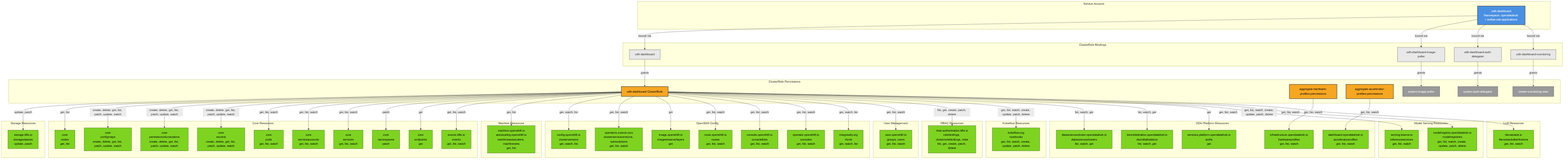
The Mermaid diagram architecture/rhoai-2.25/diagrams/odh-dashboard-rbac.png in rhuss/architecture-context, before a commit. Its source is kept beside it as architecture/rhoai-2.25/diagrams/odh-dashboard-rbac.mmd. Its diagram source:
```mermaid
graph TD
    subgraph "Service Account"
        SA[odh-dashboard<br/>Namespace: opendatahub / redhat-ods-applications]
    end

    subgraph "ClusterRole Bindings"
        CRB1[odh-dashboard]
        CRB2[odh-dashboard-image-puller]
        CRB3[odh-dashboard-auth-delegator]
        CRB4[odh-dashboard-monitoring]
    end

    subgraph "ClusterRole Permissions"
        CR[odh-dashboard ClusterRole]
        CR_Aggregate1[aggregate-hardware-profiles-permissions]
        CR_Aggregate2[aggregate-accelerator-profiles-permissions]
        CR_ImagePuller[system:image-puller]
        CR_AuthDelegator[system:auth-delegator]
        CR_Monitoring[cluster-monitoring-view]
    end

    subgraph "Storage Resources"
        StorageClass[storage.k8s.io<br/>storageclasses<br/>update, patch]
    end

    subgraph "Core Resources"
        Nodes[core<br/>nodes<br/>get, list]
        ConfigMaps[core<br/>configmaps<br/>create, delete, get, list, patch, update, watch]
        PVCs[core<br/>persistentvolumeclaims<br/>create, delete, get, list, patch, update, watch]
        Secrets[core<br/>secrets<br/>create, delete, get, list, patch, update, watch]
        Pods[core<br/>pods<br/>get, list, watch]
        ServiceAccounts[core<br/>serviceaccounts<br/>get, list, watch]
        Services[core<br/>services<br/>get, list, watch]
        Namespaces[core<br/>namespaces<br/>patch]
        Endpoints[core<br/>endpoints<br/>get]
        Events[events.k8s.io<br/>events<br/>get, list, watch]
    end

    subgraph "Machine Resources"
        MachineAutoscalers[machine.openshift.io<br/>autoscaling.openshift.io<br/>machineautoscalers, machinesets<br/>get, list]
    end

    subgraph "OpenShift Config"
        ClusterVersions[config.openshift.io<br/>clusterversions<br/>get, watch, list]
        CSVs[operators.coreos.com<br/>clusterserviceversions, subscriptions<br/>get, list, watch]
        ImageStreams[image.openshift.io<br/>imagestreams/layers<br/>get]
        Routes[route.openshift.io<br/>routes<br/>get, list, watch]
        ConsoleLinks[console.openshift.io<br/>consolelinks<br/>get, list, watch]
        Consoles[operator.openshift.io<br/>consoles<br/>get, list, watch]
        RHMIS[integreatly.org<br/>rhmis<br/>get, watch, list]
    end

    subgraph "User Management"
        Users[user.openshift.io<br/>groups, users<br/>get, list, watch]
    end

    subgraph "RBAC Resources"
        RoleBindings[rbac.authorization.k8s.io<br/>rolebindings, clusterrolebindings, roles<br/>list, get, create, patch, delete]
    end

    subgraph "Kubeflow Resources"
        Notebooks[kubeflow.org<br/>notebooks<br/>get, list, watch, create, update, patch, delete]
    end

    subgraph "ODH Platform Resources"
        DataScienceClusters[datasciencecluster.opendatahub.io<br/>datascienceclusters<br/>list, watch, get]
        DSCInitializations[dscinitialization.opendatahub.io<br/>dscinitializations<br/>list, watch, get]
        HardwareProfiles[infrastructure.opendatahub.io<br/>hardwareprofiles<br/>get, list, watch]
        AcceleratorProfiles[dashboard.opendatahub.io<br/>acceleratorprofiles<br/>get, list, watch]
        Auths[services.platform.opendatahub.io<br/>auths<br/>get]
    end

    subgraph "Model Serving Resources"
        InferenceServices[serving.kserve.io<br/>inferenceservices<br/>get, list, watch]
        ModelRegistries[modelregistry.opendatahub.io<br/>modelregistries<br/>get, list, watch, create, update, patch, delete]
    end

    subgraph "LLM Resources"
        LlamaStackDists[llamastack.io<br/>llamastackdistributions<br/>get, list, watch]
    end

    SA -->|bound via| CRB1
    SA -->|bound via| CRB2
    SA -->|bound via| CRB3
    SA -->|bound via| CRB4

    CRB1 -->|grants| CR
    CRB2 -->|grants| CR_ImagePuller
    CRB3 -->|grants| CR_AuthDelegator
    CRB4 -->|grants| CR_Monitoring

    CR -->|update, patch| StorageClass

    CR -->|get, list| Nodes
    CR -->|create, delete, get, list, patch, update, watch| ConfigMaps
    CR -->|create, delete, get, list, patch, update, watch| PVCs
    CR -->|create, delete, get, list, patch, update, watch| Secrets
    CR -->|get, list, watch| Pods
    CR -->|get, list, watch| ServiceAccounts
    CR -->|get, list, watch| Services
    CR -->|patch| Namespaces
    CR -->|get| Endpoints
    CR -->|get, list, watch| Events

    CR -->|get, list| MachineAutoscalers

    CR -->|get, watch, list| ClusterVersions
    CR -->|get, list, watch| CSVs
    CR -->|get| ImageStreams
    CR -->|get, list, watch| Routes
    CR -->|get, list, watch| ConsoleLinks
    CR -->|get, list, watch| Consoles
    CR -->|get, watch, list| RHMIS

    CR -->|get, list, watch| Users

    CR -->|list, get, create, patch, delete| RoleBindings

    CR -->|get, list, watch, create, update, patch, delete| Notebooks

    CR -->|list, watch, get| DataScienceClusters
    CR -->|list, watch, get| DSCInitializations
    CR_Aggregate1 -->|get, list, watch| HardwareProfiles
    CR_Aggregate2 -->|get, list, watch| AcceleratorProfiles
    CR -->|get| Auths

    CR -->|get, list, watch| InferenceServices
    CR -->|get, list, watch, create, update, patch, delete| ModelRegistries

    CR -->|get, list, watch| LlamaStackDists

    style SA fill:#4a90e2,stroke:#333,stroke-width:2px,color:#fff

    style CRB1 fill:#e8e8e8,stroke:#333,stroke-width:1px
    style CRB2 fill:#e8e8e8,stroke:#333,stroke-width:1px
    style CRB3 fill:#e8e8e8,stroke:#333,stroke-width:1px
    style CRB4 fill:#e8e8e8,stroke:#333,stroke-width:1px

    style CR fill:#f5a623,stroke:#333,stroke-width:2px,color:#000
    style CR_Aggregate1 fill:#f5a623,stroke:#333,stroke-width:2px,color:#000
    style CR_Aggregate2 fill:#f5a623,stroke:#333,stroke-width:2px,color:#000
    style CR_ImagePuller fill:#999,stroke:#333,stroke-width:1px,color:#fff
    style CR_AuthDelegator fill:#999,stroke:#333,stroke-width:1px,color:#fff
    style CR_Monitoring fill:#999,stroke:#333,stroke-width:1px,color:#fff

    style StorageClass fill:#7ed321,stroke:#333,stroke-width:1px,color:#000
    style Nodes fill:#7ed321,stroke:#333,stroke-width:1px,color:#000
    style ConfigMaps fill:#7ed321,stroke:#333,stroke-width:1px,color:#000
    style PVCs fill:#7ed321,stroke:#333,stroke-width:1px,color:#000
    style Secrets fill:#7ed321,stroke:#333,stroke-width:1px,color:#000
    style Pods fill:#7ed321,stroke:#333,stroke-width:1px,color:#000
    style ServiceAccounts fill:#7ed321,stroke:#333,stroke-width:1px,color:#000
    style Services fill:#7ed321,stroke:#333,stroke-width:1px,color:#000
    style Namespaces fill:#7ed321,stroke:#333,stroke-width:1px,color:#000
    style Endpoints fill:#7ed321,stroke:#333,stroke-width:1px,color:#000
    style Events fill:#7ed321,stroke:#333,stroke-width:1px,color:#000
    style MachineAutoscalers fill:#7ed321,stroke:#333,stroke-width:1px,color:#000
    style ClusterVersions fill:#7ed321,stroke:#333,stroke-width:1px,color:#000
    style CSVs fill:#7ed321,stroke:#333,stroke-width:1px,color:#000
    style ImageStreams fill:#7ed321,stroke:#333,stroke-width:1px,color:#000
    style Routes fill:#7ed321,stroke:#333,stroke-width:1px,color:#000
    style ConsoleLinks fill:#7ed321,stroke:#333,stroke-width:1px,color:#000
    style Consoles fill:#7ed321,stroke:#333,stroke-width:1px,color:#000
    style RHMIS fill:#7ed321,stroke:#333,stroke-width:1px,color:#000
    style Users fill:#7ed321,stroke:#333,stroke-width:1px,color:#000
    style RoleBindings fill:#7ed321,stroke:#333,stroke-width:1px,color:#000
    style Notebooks fill:#7ed321,stroke:#333,stroke-width:1px,color:#000
    style DataScienceClusters fill:#7ed321,stroke:#333,stroke-width:1px,color:#000
    style DSCInitializations fill:#7ed321,stroke:#333,stroke-width:1px,color:#000
    style HardwareProfiles fill:#7ed321,stroke:#333,stroke-width:1px,color:#000
    style AcceleratorProfiles fill:#7ed321,stroke:#333,stroke-width:1px,color:#000
    style Auths fill:#7ed321,stroke:#333,stroke-width:1px,color:#000
    style InferenceServices fill:#7ed321,stroke:#333,stroke-width:1px,color:#000
    style ModelRegistries fill:#7ed321,stroke:#333,stroke-width:1px,color:#000
    style LlamaStackDists fill:#7ed321,stroke:#333,stroke-width:1px,color:#000
```
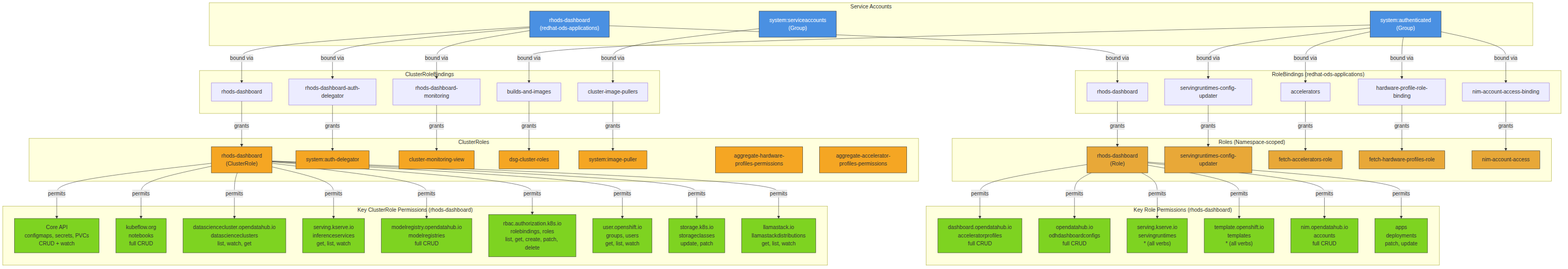
Later version of the same file.

Change to the diagram source:
```diff
@@ -1,175 +1,134 @@
+
 graph TD
-    subgraph "Service Account"
-        SA[odh-dashboard<br/>Namespace: opendatahub / redhat-ods-applications]
+    subgraph "Service Accounts"
+        SA["rhods-dashboard<br/>(redhat-ods-applications)"]
+        AuthGroup["system:authenticated<br/>(Group)"]
+        SvcAcctsGroup["system:serviceaccounts<br/>(Group)"]
     end
 
-    subgraph "ClusterRole Bindings"
-        CRB1[odh-dashboard]
-        CRB2[odh-dashboard-image-puller]
-        CRB3[odh-dashboard-auth-delegator]
-        CRB4[odh-dashboard-monitoring]
+    subgraph "ClusterRoleBindings"
+        CRB1["rhods-dashboard"]
+        CRB2["rhods-dashboard-auth-delegator"]
+        CRB3["rhods-dashboard-monitoring"]
+        CRB4["builds-and-images"]
+        CRB5["cluster-image-pullers"]
     end
 
-    subgraph "ClusterRole Permissions"
-        CR[odh-dashboard ClusterRole]
-        CR_Aggregate1[aggregate-hardware-profiles-permissions]
-        CR_Aggregate2[aggregate-accelerator-profiles-permissions]
-        CR_ImagePuller[system:image-puller]
-        CR_AuthDelegator[system:auth-delegator]
-        CR_Monitoring[cluster-monitoring-view]
+    subgraph "RoleBindings (redhat-ods-applications)"
+        RB1["rhods-dashboard"]
+        RB2["servingruntimes-config-updater"]
+        RB3["accelerators"]
+        RB4["hardware-profile-role-binding"]
+        RB5["nim-account-access-binding"]
     end
 
-    subgraph "Storage Resources"
-        StorageClass[storage.k8s.io<br/>storageclasses<br/>update, patch]
+    subgraph "ClusterRoles"
+        CR_Main["rhods-dashboard<br/>(ClusterRole)"]
+        CR_AuthDel["system:auth-delegator"]
+        CR_Monitoring["cluster-monitoring-view"]
+        CR_DSG["dsg-cluster-roles"]
+        CR_ImagePuller["system:image-puller"]
+        CR_AggHW["aggregate-hardware-profiles-permissions"]
+        CR_AggAccel["aggregate-accelerator-profiles-permissions"]
     end
 
-    subgraph "Core Resources"
-        Nodes[core<br/>nodes<br/>get, list]
-        ConfigMaps[core<br/>configmaps<br/>create, delete, get, list, patch, update, watch]
-        PVCs[core<br/>persistentvolumeclaims<br/>create, delete, get, list, patch, update, watch]
-        Secrets[core<br/>secrets<br/>create, delete, get, list, patch, update, watch]
-        Pods[core<br/>pods<br/>get, list, watch]
-        ServiceAccounts[core<br/>serviceaccounts<br/>get, list, watch]
-        Services[core<br/>services<br/>get, list, watch]
-        Namespaces[core<br/>namespaces<br/>patch]
-        Endpoints[core<br/>endpoints<br/>get]
-        Events[events.k8s.io<br/>events<br/>get, list, watch]
+    subgraph "Roles (Namespace-scoped)"
+        R_Main["rhods-dashboard<br/>(Role)"]
+        R_SRConfig["servingruntimes-config-updater"]
+        R_Accel["fetch-accelerators-role"]
+        R_HW["fetch-hardware-profiles-role"]
+        R_NIM["nim-account-access"]
     end
 
-    subgraph "Machine Resources"
-        MachineAutoscalers[machine.openshift.io<br/>autoscaling.openshift.io<br/>machineautoscalers, machinesets<br/>get, list]
+    SA -->|"bound via"| CRB1
+    SA -->|"bound via"| CRB2
+    SA -->|"bound via"| CRB3
+    CRB1 -->|"grants"| CR_Main
+    CRB2 -->|"grants"| CR_AuthDel
+    CRB3 -->|"grants"| CR_Monitoring
+
+    SA -->|"bound via"| RB1
+    RB1 -->|"grants"| R_Main
+
+    AuthGroup -->|"bound via"| CRB4
+    AuthGroup -->|"bound via"| RB2
+    AuthGroup -->|"bound via"| RB3
+    AuthGroup -->|"bound via"| RB4
+    AuthGroup -->|"bound via"| RB5
+    CRB4 -->|"grants"| CR_DSG
+    RB2 -->|"grants"| R_SRConfig
+    RB3 -->|"grants"| R_Accel
+    RB4 -->|"grants"| R_HW
+    RB5 -->|"grants"| R_NIM
+
+    SvcAcctsGroup -->|"bound via"| CRB5
+    CRB5 -->|"grants"| CR_ImagePuller
+
+    subgraph "Key ClusterRole Permissions (rhods-dashboard)"
+        P_K8s["Core API<br/>configmaps, secrets, PVCs<br/>CRUD + watch"]
+        P_Notebooks["kubeflow.org<br/>notebooks<br/>full CRUD"]
+        P_DSC["datasciencecluster.opendatahub.io<br/>datascienceclusters<br/>list, watch, get"]
+        P_KServe["serving.kserve.io<br/>inferenceservices<br/>get, list, watch"]
+        P_MR["modelregistry.opendatahub.io<br/>modelregistries<br/>full CRUD"]
+        P_RBAC["rbac.authorization.k8s.io<br/>rolebindings, roles<br/>list, get, create, patch, delete"]
+        P_Users["user.openshift.io<br/>groups, users<br/>get, list, watch"]
+        P_Storage["storage.k8s.io<br/>storageclasses<br/>update, patch"]
+        P_LlamaStack["llamastack.io<br/>llamastackdistributions<br/>get, list, watch"]
     end
 
-    subgraph "OpenShift Config"
-        ClusterVersions[config.openshift.io<br/>clusterversions<br/>get, watch, list]
-        CSVs[operators.coreos.com<br/>clusterserviceversions, subscriptions<br/>get, list, watch]
-        ImageStreams[image.openshift.io<br/>imagestreams/layers<br/>get]
-        Routes[route.openshift.io<br/>routes<br/>get, list, watch]
-        ConsoleLinks[console.openshift.io<br/>consolelinks<br/>get, list, watch]
-        Consoles[operator.openshift.io<br/>consoles<br/>get, list, watch]
-        RHMIS[integreatly.org<br/>rhmis<br/>get, watch, list]
+    CR_Main -->|"permits"| P_K8s
+    CR_Main -->|"permits"| P_Notebooks
+    CR_Main -->|"permits"| P_DSC
+    CR_Main -->|"permits"| P_KServe
+    CR_Main -->|"permits"| P_MR
+    CR_Main -->|"permits"| P_RBAC
+    CR_Main -->|"permits"| P_Users
+    CR_Main -->|"permits"| P_Storage
+    CR_Main -->|"permits"| P_LlamaStack
+
+    subgraph "Key Role Permissions (rhods-dashboard)"
+        RP_Accel["dashboard.opendatahub.io<br/>acceleratorprofiles<br/>full CRUD"]
+        RP_Config["opendatahub.io<br/>odhdashboardconfigs<br/>full CRUD"]
+        RP_SR["serving.kserve.io<br/>servingruntimes<br/>* (all verbs)"]
+        RP_Templates["template.openshift.io<br/>templates<br/>* (all verbs)"]
+        RP_NIMAcct["nim.opendatahub.io<br/>accounts<br/>full CRUD"]
+        RP_Deploy["apps<br/>deployments<br/>patch, update"]
     end
 
-    subgraph "User Management"
-        Users[user.openshift.io<br/>groups, users<br/>get, list, watch]
-    end
+    R_Main -->|"permits"| RP_Accel
+    R_Main -->|"permits"| RP_Config
+    R_Main -->|"permits"| RP_SR
+    R_Main -->|"permits"| RP_Templates
+    R_Main -->|"permits"| RP_NIMAcct
+    R_Main -->|"permits"| RP_Deploy
 
-    subgraph "RBAC Resources"
-        RoleBindings[rbac.authorization.k8s.io<br/>rolebindings, clusterrolebindings, roles<br/>list, get, create, patch, delete]
-    end
-
-    subgraph "Kubeflow Resources"
-        Notebooks[kubeflow.org<br/>notebooks<br/>get, list, watch, create, update, patch, delete]
-    end
-
-    subgraph "ODH Platform Resources"
-        DataScienceClusters[datasciencecluster.opendatahub.io<br/>datascienceclusters<br/>list, watch, get]
-        DSCInitializations[dscinitialization.opendatahub.io<br/>dscinitializations<br/>list, watch, get]
-        HardwareProfiles[infrastructure.opendatahub.io<br/>hardwareprofiles<br/>get, list, watch]
-        AcceleratorProfiles[dashboard.opendatahub.io<br/>acceleratorprofiles<br/>get, list, watch]
-        Auths[services.platform.opendatahub.io<br/>auths<br/>get]
-    end
-
-    subgraph "Model Serving Resources"
-        InferenceServices[serving.kserve.io<br/>inferenceservices<br/>get, list, watch]
-        ModelRegistries[modelregistry.opendatahub.io<br/>modelregistries<br/>get, list, watch, create, update, patch, delete]
-    end
-
-    subgraph "LLM Resources"
-        LlamaStackDists[llamastack.io<br/>llamastackdistributions<br/>get, list, watch]
-    end
-
-    SA -->|bound via| CRB1
-    SA -->|bound via| CRB2
-    SA -->|bound via| CRB3
-    SA -->|bound via| CRB4
-
-    CRB1 -->|grants| CR
-    CRB2 -->|grants| CR_ImagePuller
-    CRB3 -->|grants| CR_AuthDelegator
-    CRB4 -->|grants| CR_Monitoring
-
-    CR -->|update, patch| StorageClass
-
-    CR -->|get, list| Nodes
-    CR -->|create, delete, get, list, patch, update, watch| ConfigMaps
-    CR -->|create, delete, get, list, patch, update, watch| PVCs
-    CR -->|create, delete, get, list, patch, update, watch| Secrets
-    CR -->|get, list, watch| Pods
-    CR -->|get, list, watch| ServiceAccounts
-    CR -->|get, list, watch| Services
-    CR -->|patch| Namespaces
-    CR -->|get| Endpoints
-    CR -->|get, list, watch| Events
-
-    CR -->|get, list| MachineAutoscalers
-
-    CR -->|get, watch, list| ClusterVersions
-    CR -->|get, list, watch| CSVs
-    CR -->|get| ImageStreams
-    CR -->|get, list, watch| Routes
-    CR -->|get, list, watch| ConsoleLinks
-    CR -->|get, list, watch| Consoles
-    CR -->|get, watch, list| RHMIS
-
-    CR -->|get, list, watch| Users
-
-    CR -->|list, get, create, patch, delete| RoleBindings
-
-    CR -->|get, list, watch, create, update, patch, delete| Notebooks
-
-    CR -->|list, watch, get| DataScienceClusters
-    CR -->|list, watch, get| DSCInitializations
-    CR_Aggregate1 -->|get, list, watch| HardwareProfiles
-    CR_Aggregate2 -->|get, list, watch| AcceleratorProfiles
-    CR -->|get| Auths
-
-    CR -->|get, list, watch| InferenceServices
-    CR -->|get, list, watch, create, update, patch, delete| ModelRegistries
-
-    CR -->|get, list, watch| LlamaStackDists
-
-    style SA fill:#4a90e2,stroke:#333,stroke-width:2px,color:#fff
-
-    style CRB1 fill:#e8e8e8,stroke:#333,stroke-width:1px
-    style CRB2 fill:#e8e8e8,stroke:#333,stroke-width:1px
-    style CRB3 fill:#e8e8e8,stroke:#333,stroke-width:1px
-    style CRB4 fill:#e8e8e8,stroke:#333,stroke-width:1px
-
-    style CR fill:#f5a623,stroke:#333,stroke-width:2px,color:#000
-    style CR_Aggregate1 fill:#f5a623,stroke:#333,stroke-width:2px,color:#000
-    style CR_Aggregate2 fill:#f5a623,stroke:#333,stroke-width:2px,color:#000
-    style CR_ImagePuller fill:#999,stroke:#333,stroke-width:1px,color:#fff
-    style CR_AuthDelegator fill:#999,stroke:#333,stroke-width:1px,color:#fff
-    style CR_Monitoring fill:#999,stroke:#333,stroke-width:1px,color:#fff
-
-    style StorageClass fill:#7ed321,stroke:#333,stroke-width:1px,color:#000
-    style Nodes fill:#7ed321,stroke:#333,stroke-width:1px,color:#000
-    style ConfigMaps fill:#7ed321,stroke:#333,stroke-width:1px,color:#000
-    style PVCs fill:#7ed321,stroke:#333,stroke-width:1px,color:#000
-    style Secrets fill:#7ed321,stroke:#333,stroke-width:1px,color:#000
-    style Pods fill:#7ed321,stroke:#333,stroke-width:1px,color:#000
-    style ServiceAccounts fill:#7ed321,stroke:#333,stroke-width:1px,color:#000
-    style Services fill:#7ed321,stroke:#333,stroke-width:1px,color:#000
-    style Namespaces fill:#7ed321,stroke:#333,stroke-width:1px,color:#000
-    style Endpoints fill:#7ed321,stroke:#333,stroke-width:1px,color:#000
-    style Events fill:#7ed321,stroke:#333,stroke-width:1px,color:#000
-    style MachineAutoscalers fill:#7ed321,stroke:#333,stroke-width:1px,color:#000
-    style ClusterVersions fill:#7ed321,stroke:#333,stroke-width:1px,color:#000
-    style CSVs fill:#7ed321,stroke:#333,stroke-width:1px,color:#000
-    style ImageStreams fill:#7ed321,stroke:#333,stroke-width:1px,color:#000
-    style Routes fill:#7ed321,stroke:#333,stroke-width:1px,color:#000
-    style ConsoleLinks fill:#7ed321,stroke:#333,stroke-width:1px,color:#000
-    style Consoles fill:#7ed321,stroke:#333,stroke-width:1px,color:#000
-    style RHMIS fill:#7ed321,stroke:#333,stroke-width:1px,color:#000
-    style Users fill:#7ed321,stroke:#333,stroke-width:1px,color:#000
-    style RoleBindings fill:#7ed321,stroke:#333,stroke-width:1px,color:#000
-    style Notebooks fill:#7ed321,stroke:#333,stroke-width:1px,color:#000
-    style DataScienceClusters fill:#7ed321,stroke:#333,stroke-width:1px,color:#000
-    style DSCInitializations fill:#7ed321,stroke:#333,stroke-width:1px,color:#000
-    style HardwareProfiles fill:#7ed321,stroke:#333,stroke-width:1px,color:#000
-    style AcceleratorProfiles fill:#7ed321,stroke:#333,stroke-width:1px,color:#000
-    style Auths fill:#7ed321,stroke:#333,stroke-width:1px,color:#000
-    style InferenceServices fill:#7ed321,stroke:#333,stroke-width:1px,color:#000
-    style ModelRegistries fill:#7ed321,stroke:#333,stroke-width:1px,color:#000
-    style LlamaStackDists fill:#7ed321,stroke:#333,stroke-width:1px,color:#000
+    style SA fill:#4a90e2,stroke:#333,color:#fff
+    style AuthGroup fill:#4a90e2,stroke:#333,color:#fff
+    style SvcAcctsGroup fill:#4a90e2,stroke:#333,color:#fff
+    style CR_Main fill:#f5a623,stroke:#333
+    style CR_AuthDel fill:#f5a623,stroke:#333
+    style CR_Monitoring fill:#f5a623,stroke:#333
+    style CR_DSG fill:#f5a623,stroke:#333
+    style CR_ImagePuller fill:#f5a623,stroke:#333
+    style CR_AggHW fill:#f5a623,stroke:#333
+    style CR_AggAccel fill:#f5a623,stroke:#333
+    style R_Main fill:#e8a838,stroke:#333
+    style R_SRConfig fill:#e8a838,stroke:#333
+    style R_Accel fill:#e8a838,stroke:#333
+    style R_HW fill:#e8a838,stroke:#333
+    style R_NIM fill:#e8a838,stroke:#333
+    style P_K8s fill:#7ed321,stroke:#333
+    style P_Notebooks fill:#7ed321,stroke:#333
+    style P_DSC fill:#7ed321,stroke:#333
+    style P_KServe fill:#7ed321,stroke:#333
+    style P_MR fill:#7ed321,stroke:#333
+    style P_RBAC fill:#7ed321,stroke:#333
+    style P_Users fill:#7ed321,stroke:#333
+    style P_Storage fill:#7ed321,stroke:#333
+    style P_LlamaStack fill:#7ed321,stroke:#333
+    style RP_Accel fill:#7ed321,stroke:#333
+    style RP_Config fill:#7ed321,stroke:#333
+    style RP_SR fill:#7ed321,stroke:#333
+    style RP_Templates fill:#7ed321,stroke:#333
+    style RP_NIMAcct fill:#7ed321,stroke:#333
+    style RP_Deploy fill:#7ed321,stroke:#333
```
